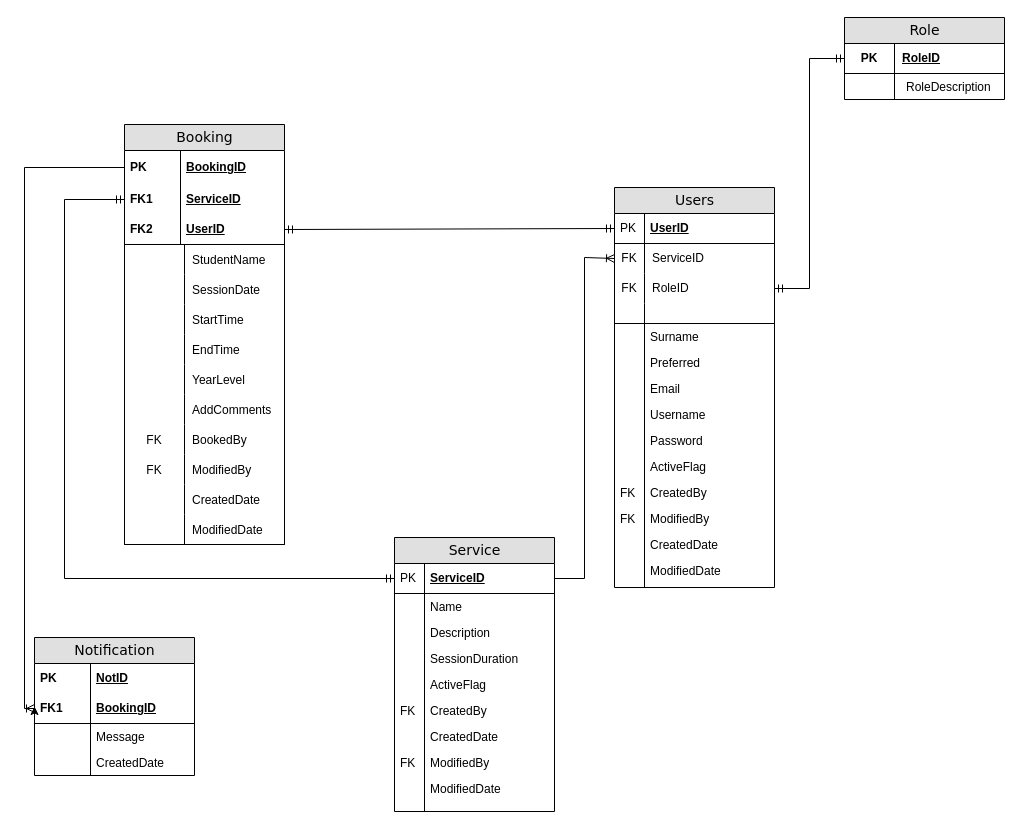
shreat/WebBookingApp keeps this draw.io diagram as Web app database.drawio. Above is the earlier version. Source tidied: cells renumbered, new cells numbered last; positions are measured from the earlier drawing's top-left corner, leaving out a move shared by most shapes. Both pictures are drawn from the tidied source at 100%, with x=0, y=0 at pixel (34, 17).
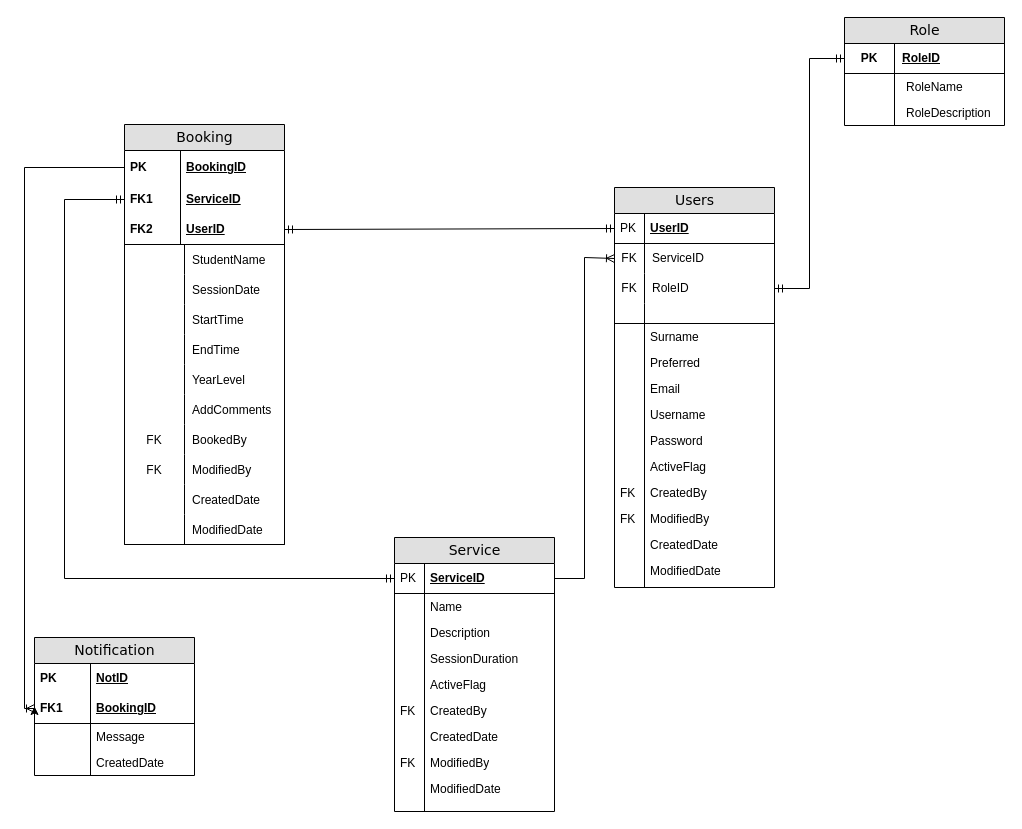
Above is the later version.

What changed in the source:
```diff
@@
     <mxCell id="107" value="Role" style="swimlane;html=1;fontStyle=0;horizontal=1;startSize=26;fillColor=#e0e0e0;swimlaneFillColor=#ffffff;align=center;rounded=0;shadow=0;comic=0;labelBackgroundColor=none;strokeWidth=1;fontFamily=Verdana;fontSize=14;" parent="1" vertex="1">
-      <mxGeometry x="810" width="160" height="82" as="geometry" />
+      <mxGeometry x="810" width="160" height="108" as="geometry" />
     </mxCell>
@@
-    <mxCell id="112" value="RoleDescription" style="shape=partialRectangle;top=0;left=0;right=0;bottom=0;html=1;align=left;verticalAlign=top;fillColor=none;spacingLeft=60;spacingRight=4;whiteSpace=wrap;overflow=hidden;strokeColor=default;" parent="107" vertex="1">
+    <mxCell id="112" value="RoleName" style="shape=partialRectangle;top=0;left=0;right=0;bottom=0;html=1;align=left;verticalAlign=top;fillColor=none;spacingLeft=60;spacingRight=4;whiteSpace=wrap;overflow=hidden;strokeColor=default;" parent="107" vertex="1">
       <mxGeometry y="56" width="160" height="26" as="geometry" />
     </mxCell>
@@
+    <mxCell id="119" value="RoleDescription" style="shape=partialRectangle;top=0;left=0;right=0;bottom=0;html=1;align=left;verticalAlign=top;fillColor=none;spacingLeft=60;spacingRight=4;whiteSpace=wrap;overflow=hidden;strokeColor=default;" parent="107" vertex="1">
+      <mxGeometry y="82" width="160" height="26" as="geometry" />
+    </mxCell>
+    <mxCell id="120" style="shape=partialRectangle;top=0;left=0;bottom=0;html=1;fillColor=none;align=left;verticalAlign=top;spacingLeft=4;spacingRight=4;whiteSpace=wrap;overflow=hidden;" parent="119" vertex="1">
+      <mxGeometry width="50" height="26" as="geometry" />
+    </mxCell>
```
